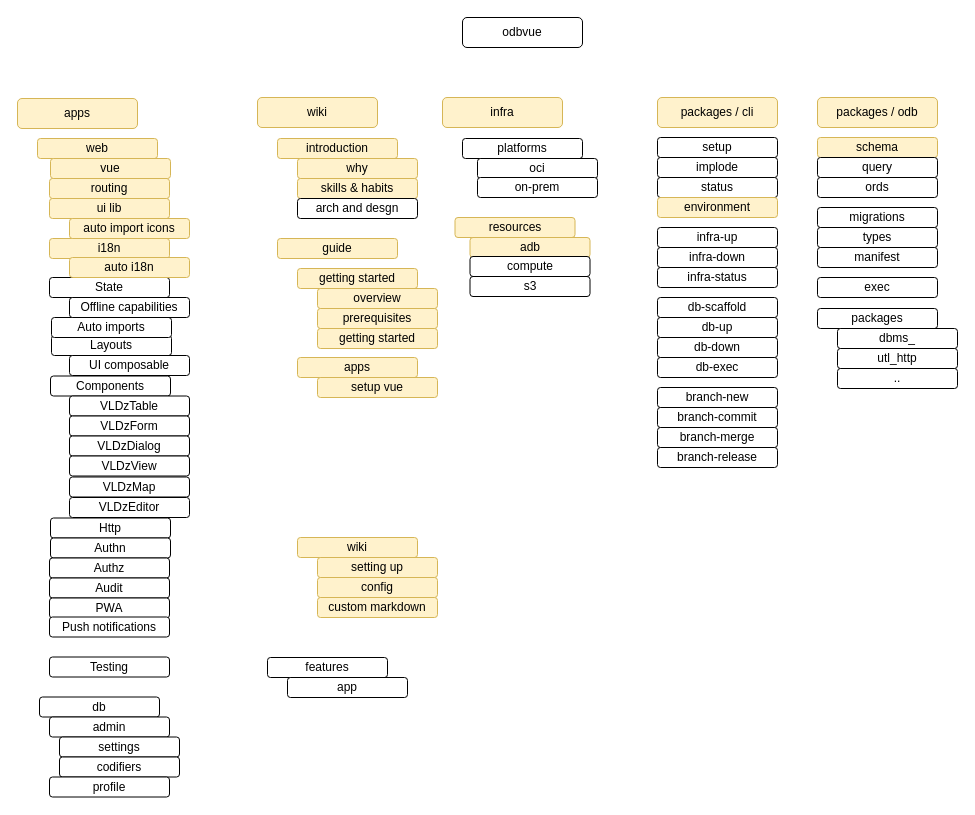
Above: roadmap.drawio in odbvue/odbvue (draw.io), before the change. Source tidied: cells renumbered, new cells numbered last; positions are measured from the earlier drawing's top-left corner, leaving out a move shared by most shapes. Both pictures are drawn from the tidied source at 100%, with x=0, y=0 at pixel (17, 17).
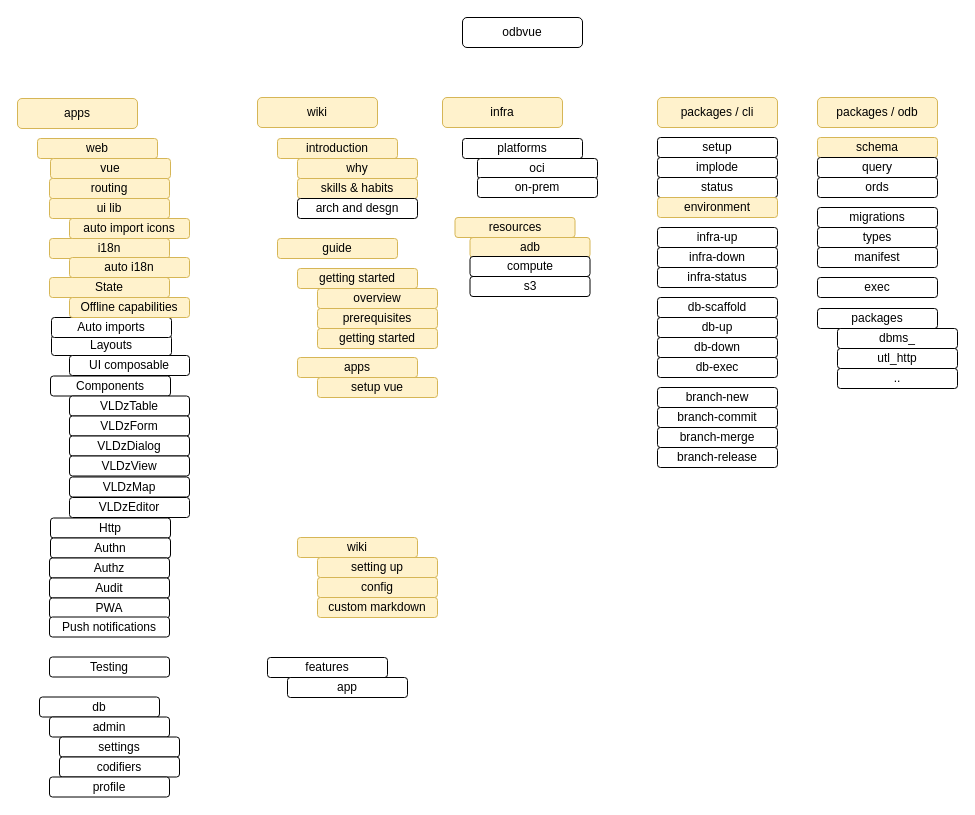
After the change.

Diff of the diagram source:
```diff
@@
-    <mxCell id="51" value="State" style="rounded=1;whiteSpace=wrap;html=1;" parent="1" vertex="1">
+    <mxCell id="51" value="State" style="rounded=1;whiteSpace=wrap;html=1;fillColor=#fff2cc;strokeColor=#d6b656;" parent="1" vertex="1">
       <mxGeometry x="32" y="260" width="120" height="20" as="geometry" />
     </mxCell>
@@
-    <mxCell id="68" value="Offline capabilities" style="rounded=1;whiteSpace=wrap;html=1;" parent="1" vertex="1">
+    <mxCell id="68" value="Offline capabilities" style="rounded=1;whiteSpace=wrap;html=1;fillColor=#fff2cc;strokeColor=#d6b656;" parent="1" vertex="1">
       <mxGeometry x="52" y="280" width="120" height="20" as="geometry" />
     </mxCell>
```
